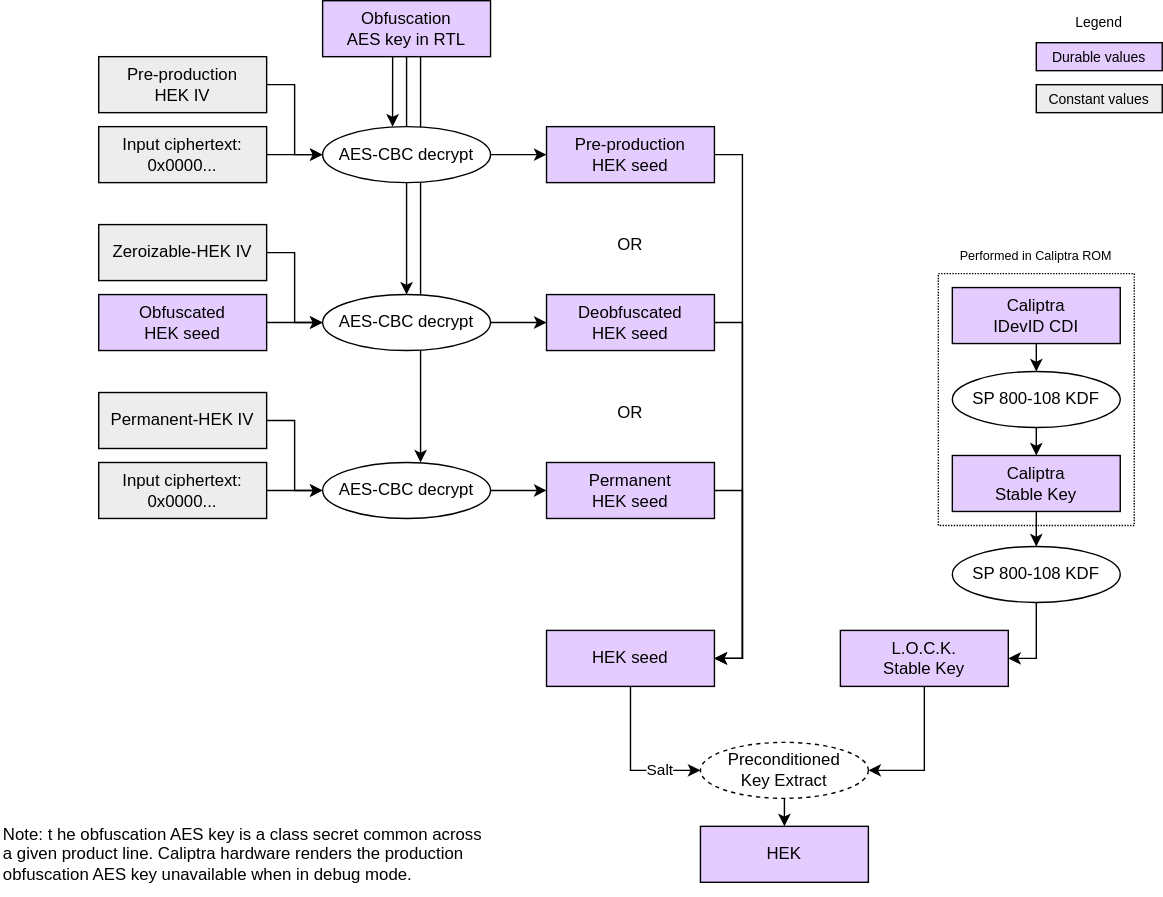
Earlier version of the draw.io export doc/ocp_lock/diagrams/hek_derivation.drawio.svg (chipsalliance/Caliptra). Source tidied: cells renumbered, new cells last; positions are measured from the earlier drawing's top-left corner, leaving out a move shared by most shapes.
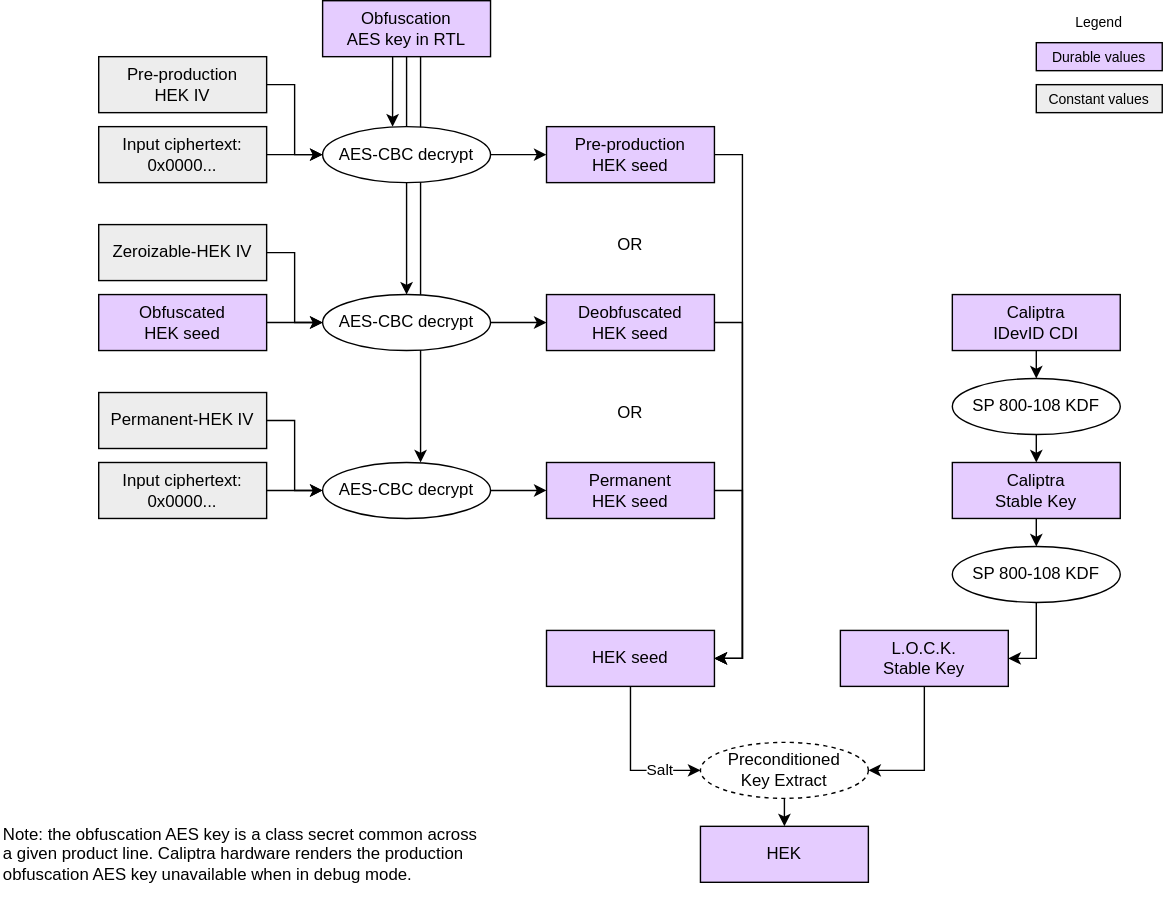
After the change.

Diff of the diagram source:
```diff
@@ -2,9 +2,6 @@
   <root>
     <mxCell id="0" />
     <mxCell id="1" parent="0" />
-    <mxCell id="2" style="rounded=0;whiteSpace=wrap;html=1;align=center;verticalAlign=middle;shadow=0;glass=0;spacingLeft=0;spacingBottom=0;spacingTop=0;fillColor=none;dashed=1;dashPattern=1 1;" parent="1" vertex="1">
-      <mxGeometry x="670" y="195" width="140" height="180" as="geometry" />
-    </mxCell>
     <mxCell id="3" value="&lt;div&gt;&lt;font color=&quot;#000000&quot;&gt;Durable values&lt;/font&gt;&lt;/div&gt;" style="rounded=0;whiteSpace=wrap;html=1;align=center;verticalAlign=middle;shadow=0;glass=0;spacingLeft=0;spacingBottom=0;spacingTop=0;fillColor=#E5CCFF;fontSize=10;" parent="1" vertex="1">
       <mxGeometry x="740" y="30" width="90" height="20" as="geometry" />
     </mxCell>
@@ -14,7 +11,7 @@
     <mxCell id="5" value="&lt;div&gt;&lt;font color=&quot;#000000&quot;&gt;Constant values&lt;/font&gt;&lt;/div&gt;" style="rounded=0;whiteSpace=wrap;html=1;align=center;verticalAlign=middle;shadow=0;glass=0;spacingLeft=0;spacingBottom=0;spacingTop=0;fillColor=#EDEDED;fontSize=10;" parent="1" vertex="1">
       <mxGeometry x="740" y="60" width="90" height="20" as="geometry" />
     </mxCell>
-    <mxCell id="6" value="&lt;div&gt;&lt;span style=&quot;background-color: transparent;&quot;&gt;Note: t&lt;/span&gt;&lt;span style=&quot;background-color: transparent;&quot;&gt;he obfuscation AES key is a class secret common across a given product line.&amp;nbsp;&lt;/span&gt;&lt;span style=&quot;background-color: transparent;&quot;&gt;Caliptra hardware renders the production obfuscation AES key unavailable when in debug mode.&lt;/span&gt;&lt;/div&gt;" style="text;strokeColor=none;align=left;fillColor=none;html=1;verticalAlign=middle;whiteSpace=wrap;rounded=0;fontSize=12;" parent="1" vertex="1">
+    <mxCell id="6" value="&lt;div&gt;&lt;span style=&quot;background-color: transparent;&quot;&gt;Note: the&lt;/span&gt;&lt;span style=&quot;background-color: transparent;&quot;&gt;&amp;nbsp;obfuscation AES key is a class secret common across a given product line.&amp;nbsp;&lt;/span&gt;&lt;span style=&quot;background-color: transparent;&quot;&gt;Caliptra hardware renders the production obfuscation AES key unavailable when in debug mode.&lt;/span&gt;&lt;/div&gt;" style="text;strokeColor=none;align=left;fillColor=none;html=1;verticalAlign=middle;whiteSpace=wrap;rounded=0;fontSize=12;" parent="1" vertex="1">
       <mxGeometry y="580" width="350" height="60" as="geometry" />
     </mxCell>
     <mxCell id="7" value="&lt;div&gt;&lt;font&gt;Input ciphertext:&lt;/font&gt;&lt;/div&gt;&lt;div&gt;&lt;font&gt;0x0000...&lt;/font&gt;&lt;/div&gt;" style="rounded=0;whiteSpace=wrap;html=1;align=center;verticalAlign=middle;shadow=0;glass=0;spacingLeft=0;spacingBottom=0;spacingTop=0;fillColor=#EDEDED;" parent="1" vertex="1">
@@ -148,13 +145,13 @@
       <mxGeometry relative="1" as="geometry" />
     </mxCell>
     <mxCell id="43" value="Caliptra&lt;div&gt;IDevID CDI&lt;/div&gt;" style="rounded=0;whiteSpace=wrap;html=1;align=center;verticalAlign=middle;shadow=0;glass=0;spacingLeft=0;spacingBottom=0;spacingTop=0;fillColor=#E5CCFF;" parent="1" vertex="1">
-      <mxGeometry x="680" y="205" width="120" height="40" as="geometry" />
+      <mxGeometry x="680" y="210" width="120" height="40" as="geometry" />
     </mxCell>
     <mxCell id="44" style="html=1;exitX=0.5;exitY=1;exitDx=0;exitDy=0;entryX=0.5;entryY=0;entryDx=0;entryDy=0;rounded=0;" parent="1" edge="1" source="45" target="48">
       <mxGeometry relative="1" as="geometry" />
     </mxCell>
     <mxCell id="45" value="SP 800-108 KDF" style="ellipse;whiteSpace=wrap;html=1;fillColor=#FFFFFF;" parent="1" vertex="1">
-      <mxGeometry x="680" y="265" width="120" height="40" as="geometry" />
+      <mxGeometry x="680" y="270" width="120" height="40" as="geometry" />
     </mxCell>
     <mxCell id="46" style="edgeStyle=orthogonalEdgeStyle;html=1;exitX=0.5;exitY=1;exitDx=0;exitDy=0;entryX=1;entryY=0.5;entryDx=0;entryDy=0;rounded=0;" parent="1" edge="1" source="52" target="41">
       <mxGeometry relative="1" as="geometry" />
@@ -163,7 +160,7 @@
       <mxGeometry relative="1" as="geometry" />
     </mxCell>
     <mxCell id="48" value="Caliptra&lt;div&gt;Stable Key&lt;/div&gt;" style="rounded=0;whiteSpace=wrap;html=1;align=center;verticalAlign=middle;shadow=0;glass=0;spacingLeft=0;spacingBottom=0;spacingTop=0;fillColor=#E5CCFF;" parent="1" vertex="1">
-      <mxGeometry x="680" y="325" width="120" height="40" as="geometry" />
+      <mxGeometry x="680" y="330" width="120" height="40" as="geometry" />
     </mxCell>
     <mxCell id="49" value="&lt;div&gt;&lt;font color=&quot;#000000&quot;&gt;HEK&lt;/font&gt;&lt;/div&gt;" style="rounded=0;whiteSpace=wrap;html=1;align=center;verticalAlign=middle;shadow=0;glass=0;spacingLeft=0;spacingBottom=0;spacingTop=0;fillColor=#E5CCFF;" parent="1" vertex="1">
       <mxGeometry x="500" y="590" width="120" height="40" as="geometry" />
@@ -177,8 +174,5 @@
     <mxCell id="52" value="L.O.C.K.&lt;div&gt;Stable Key&lt;/div&gt;" style="rounded=0;whiteSpace=wrap;html=1;align=center;verticalAlign=middle;shadow=0;glass=0;spacingLeft=0;spacingBottom=0;spacingTop=0;fillColor=#E5CCFF;" parent="1" vertex="1">
       <mxGeometry x="600" y="450" width="120" height="40" as="geometry" />
     </mxCell>
-    <mxCell id="53" value="Performed in Caliptra ROM" style="rounded=0;whiteSpace=wrap;html=1;fillColor=none;dashed=1;strokeColor=none;horizontal=1;verticalAlign=middle;dashPattern=1 2;spacingBottom=0;fontSize=9;align=center;" parent="1" vertex="1">
-      <mxGeometry x="670" y="173" width="140" height="20" as="geometry" />
-    </mxCell>
   </root>
 </mxGraphModel>
```
